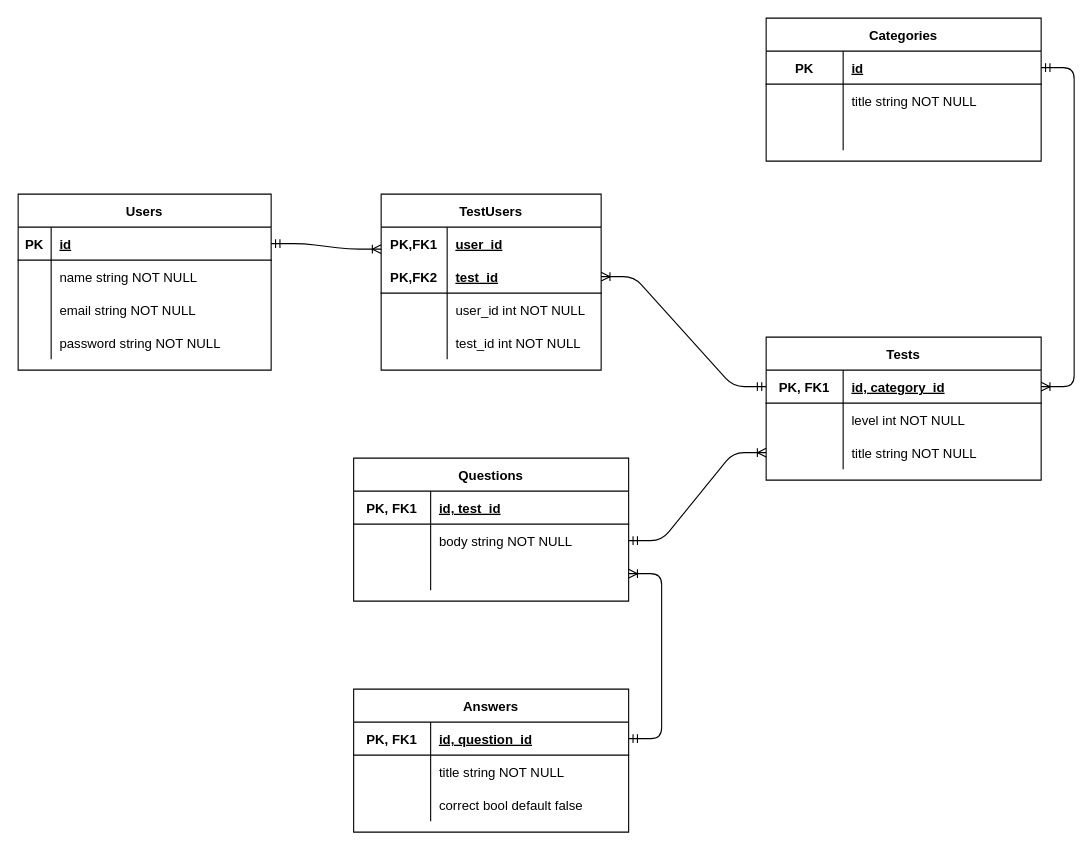
Earlier version of the draw.io diagram Untitled Diagram.drawio (forzamaks/testGuru). Source tidied: cells renumbered, new cells numbered last; positions are measured from the earlier drawing's top-left corner, leaving out a move shared by most shapes. Both pictures are drawn from the tidied source at 110%, with x=0, y=0 at pixel (18, 18).
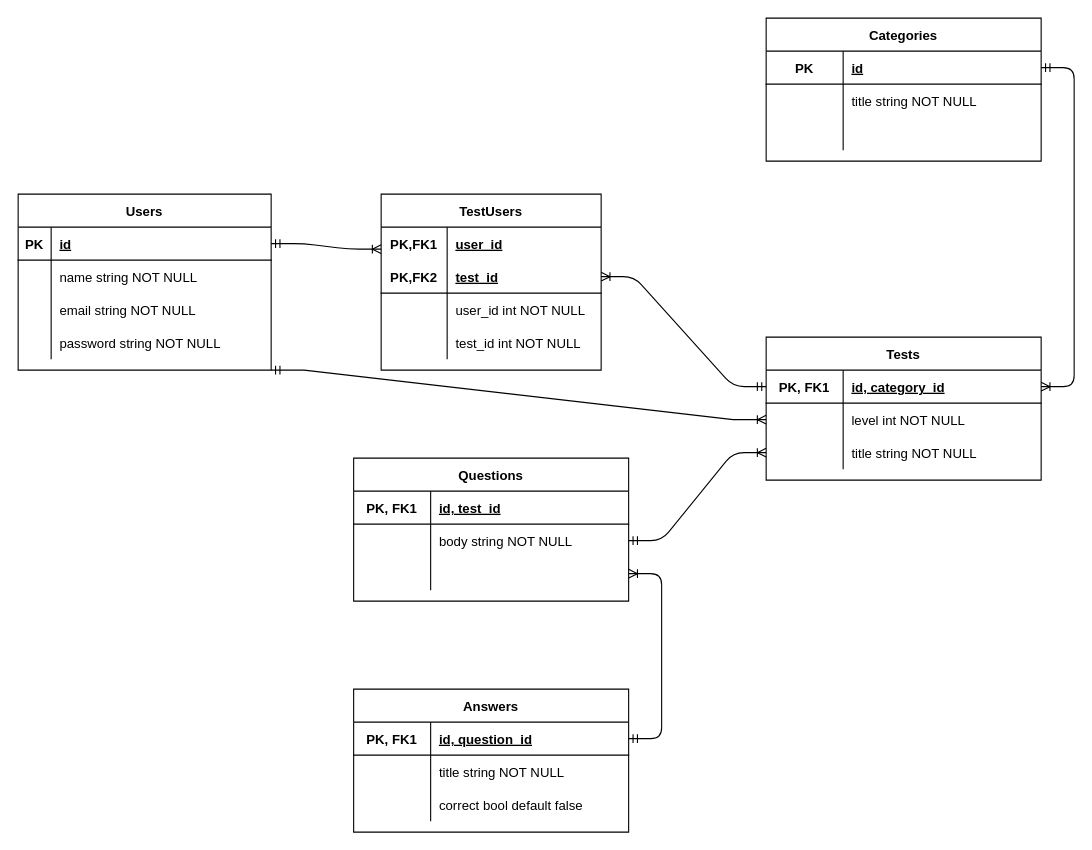
Above is the later version.

Unchanged cells that the change refers to:
```xml
<mxCell id="2" value="Users" style="shape=table;startSize=30;childLayout=tableLayout;rowLines=0;fontStyle=1;align=center;" parent="1" vertex="1">
  <mxGeometry y="160" width="230" height="160" as="geometry" />
</mxCell>
<mxCell id="33" style="shape=partialRectangle;fillColor=none;top=0;left=0;bottom=0;right=0;points=[[0,0.5],[1,0.5]];portConstraint=eastwest;" parent="29" vertex="1">
  <mxGeometry y="60" width="250" height="30" as="geometry" />
</mxCell>
```

The edit, as a diff of the source:
```diff
@@
+    <mxCell id="73" style="edgeStyle=entityRelationEdgeStyle;fontSize=12;html=1;endArrow=ERoneToMany;startArrow=ERmandOne;entryX=0;entryY=0.5;entryDx=0;entryDy=0;exitX=1;exitY=1;exitDx=0;exitDy=0;rounded=0;" parent="1" edge="1" source="2" target="33">
+      <mxGeometry relative="1" as="geometry" />
+    </mxCell>
```
